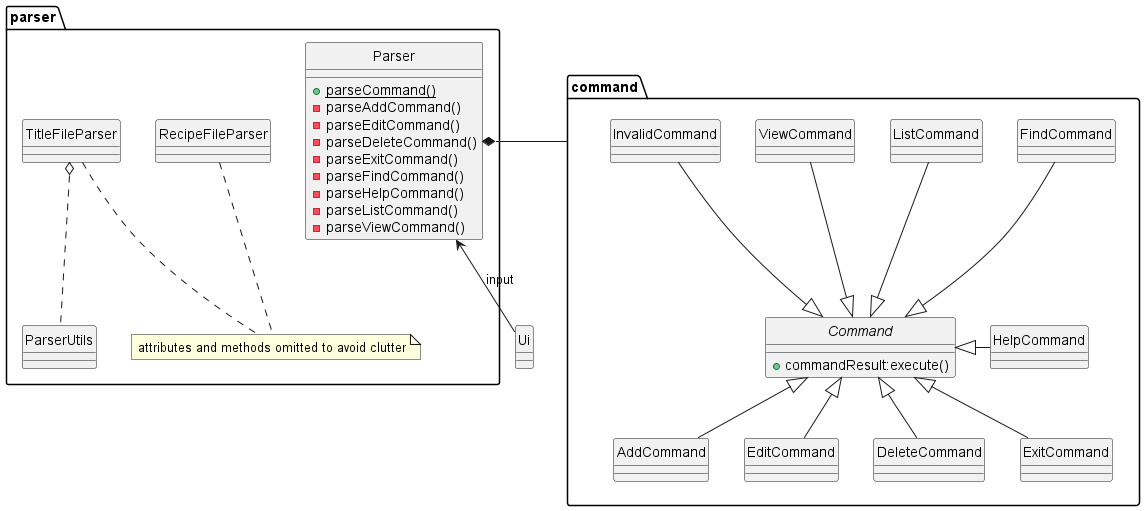
Above: docs/images/ClassDiagrams/Parser.png in nus-cs2113-AY2223S1/tp (PlantUML), before the change.
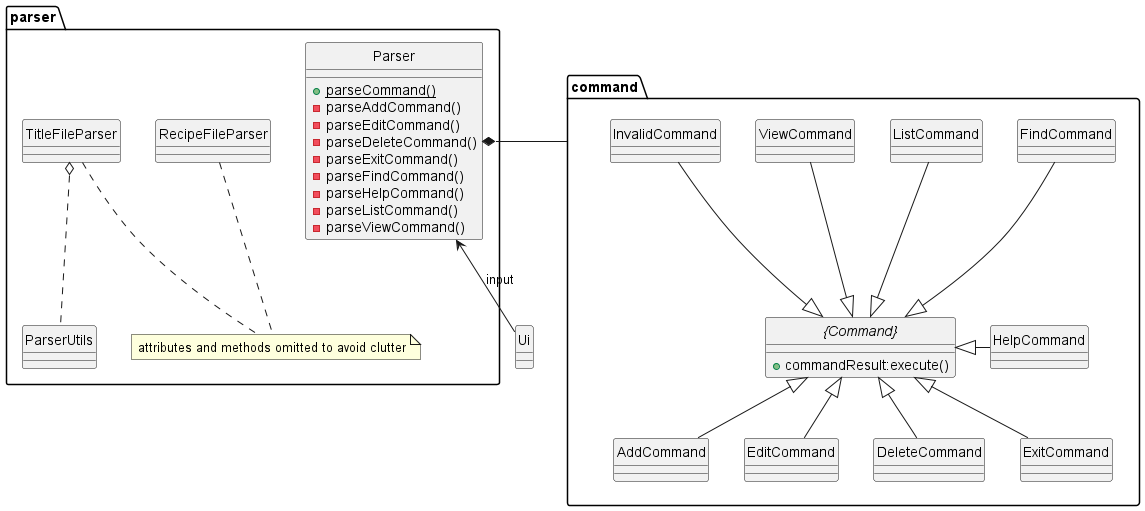
Above is the later version.

The edit, as a diff of the source:
```diff
@@ -31,9 +31,8 @@
 }
 
 
-
 package command {
-Abstract Command {
+abstract "{Command}" as Command {
     +commandResult:execute()
 }
 Class AddCommand
```
